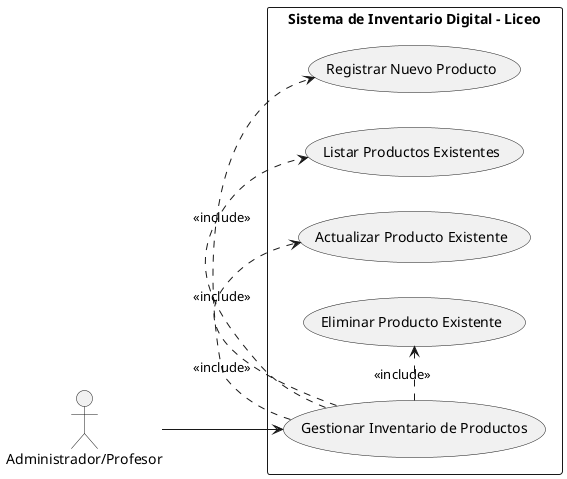
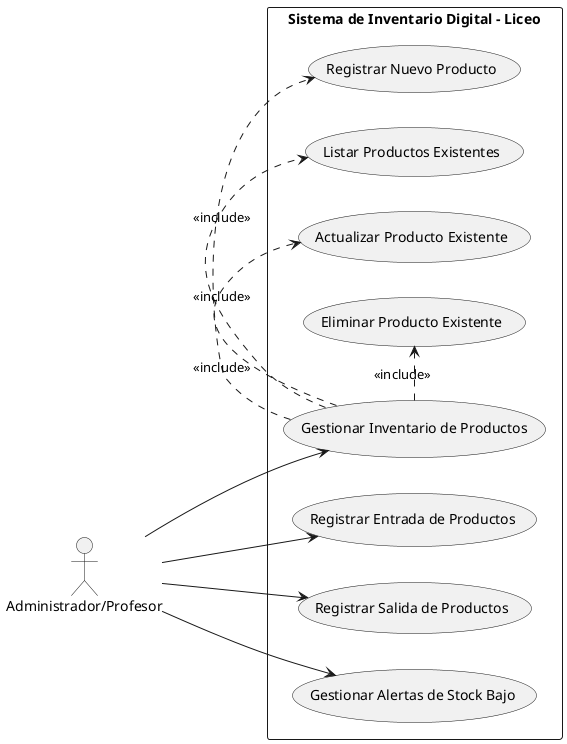
- @startuml InventarioDigitalLiceo
+ @startuml InventarioDigitalLiceoCompleto

left to right direction

actor "Administrador/Profesor" as actor_admin

rectangle "Sistema de Inventario Digital - Liceo" {
    usecase "Registrar Nuevo Producto" as UC_REG_PROD
    usecase "Listar Productos Existentes" as UC_LIST_PROD
    usecase "Actualizar Producto Existente" as UC_ACT_PROD
    usecase "Eliminar Producto Existente" as UC_DEL_PROD
    usecase "Gestionar Inventario de Productos" as UC_GEST_PROD

+     usecase "Registrar Entrada de Productos" as UC_REG_ENTRADA
+     usecase "Registrar Salida de Productos" as UC_REG_SALIDA
+     usecase "Gestionar Alertas de Stock Bajo" as UC_ALERTAS
+ 
    UC_GEST_PROD .> UC_REG_PROD : <<include>>
    UC_GEST_PROD .> UC_LIST_PROD : <<include>>
    UC_GEST_PROD .> UC_ACT_PROD : <<include>>
    UC_GEST_PROD .> UC_DEL_PROD : <<include>>

    actor_admin --> UC_GEST_PROD
+     actor_admin --> UC_REG_ENTRADA
+     actor_admin --> UC_REG_SALIDA
+     actor_admin --> UC_ALERTAS
}

@enduml